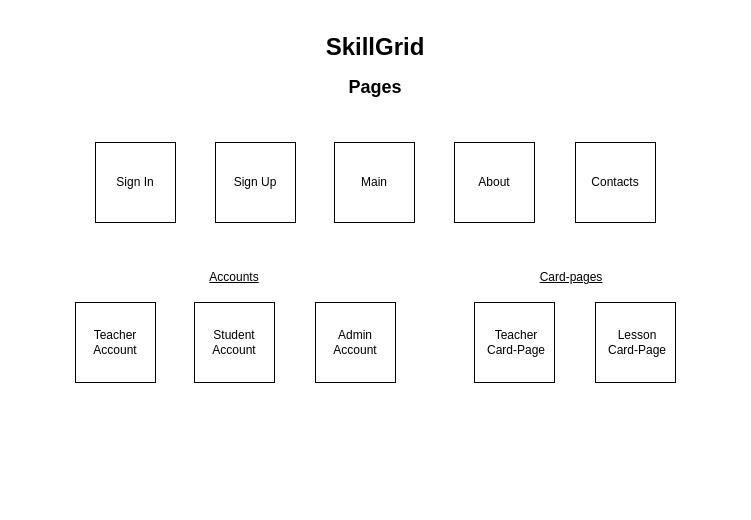
This is Main Elements Diagram.drawio from GregSharov/SkillGrid, a draw.io file, before an edit. Source tidied: cells renumbered, new cells numbered last; positions are measured from the earlier drawing's top-left corner, leaving out a move shared by most shapes. Both pictures are drawn from the tidied source at 100%, with x=0, y=0 at pixel (75, 32).
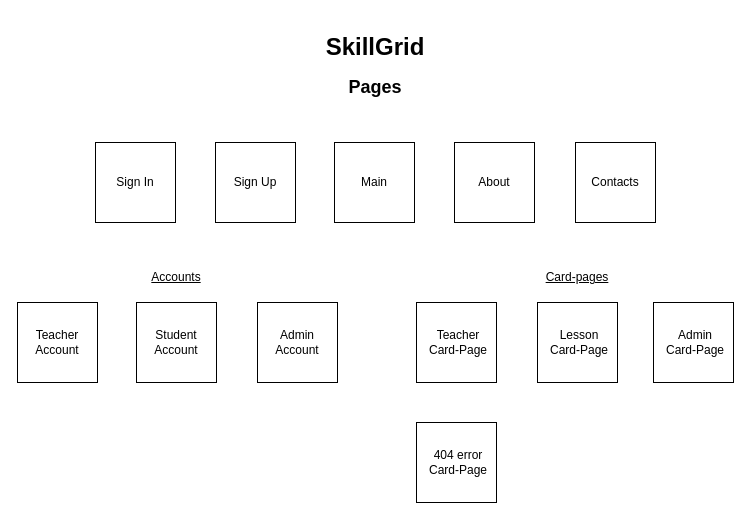
After the change.

Commit message:
update Main Element Diagram

Change to the diagram source:
```diff
@@
     <mxCell id="13" style="whiteSpace=wrap;html=1;" parent="1" vertex="1">
-      <mxGeometry y="270" width="80" height="80" as="geometry" />
+      <mxGeometry x="-58" y="270" width="80" height="80" as="geometry" />
     </mxCell>
     <mxCell id="14" value="Teacher Account" style="text;html=1;align=center;verticalAlign=middle;whiteSpace=wrap;rounded=0;" parent="1" vertex="1">
-      <mxGeometry x="10" y="295" width="60" height="30" as="geometry" />
+      <mxGeometry x="-48" y="295" width="60" height="30" as="geometry" />
     </mxCell>
     <mxCell id="15" style="whiteSpace=wrap;html=1;" parent="1" vertex="1">
-      <mxGeometry x="119" y="270" width="80" height="80" as="geometry" />
+      <mxGeometry x="61" y="270" width="80" height="80" as="geometry" />
     </mxCell>
     <mxCell id="16" value="Student Account" style="text;html=1;align=center;verticalAlign=middle;whiteSpace=wrap;rounded=0;" parent="1" vertex="1">
-      <mxGeometry x="129" y="295" width="60" height="30" as="geometry" />
+      <mxGeometry x="71" y="295" width="60" height="30" as="geometry" />
     </mxCell>
     <mxCell id="17" style="whiteSpace=wrap;html=1;" parent="1" vertex="1">
-      <mxGeometry x="240" y="270" width="80" height="80" as="geometry" />
+      <mxGeometry x="182" y="270" width="80" height="80" as="geometry" />
     </mxCell>
     <mxCell id="18" value="Admin Account" style="text;html=1;align=center;verticalAlign=middle;whiteSpace=wrap;rounded=0;" parent="1" vertex="1">
-      <mxGeometry x="250" y="295" width="60" height="30" as="geometry" />
+      <mxGeometry x="192" y="295" width="60" height="30" as="geometry" />
     </mxCell>
     <mxCell id="19" style="whiteSpace=wrap;html=1;" parent="1" vertex="1">
-      <mxGeometry x="520" y="270" width="80" height="80" as="geometry" />
+      <mxGeometry x="462" y="270" width="80" height="80" as="geometry" />
     </mxCell>
     <mxCell id="20" value="Lesson Card-Page" style="text;html=1;align=center;verticalAlign=middle;whiteSpace=wrap;rounded=0;" parent="1" vertex="1">
-      <mxGeometry x="530" y="295" width="64" height="30" as="geometry" />
+      <mxGeometry x="472" y="295" width="64" height="30" as="geometry" />
     </mxCell>
@@
     <mxCell id="22" style="whiteSpace=wrap;html=1;" parent="1" vertex="1">
-      <mxGeometry x="399" y="270" width="80" height="80" as="geometry" />
+      <mxGeometry x="341" y="270" width="80" height="80" as="geometry" />
     </mxCell>
     <mxCell id="23" value="Teacher Card-Page" style="text;html=1;align=center;verticalAlign=middle;whiteSpace=wrap;rounded=0;" parent="1" vertex="1">
-      <mxGeometry x="409" y="295" width="64" height="30" as="geometry" />
+      <mxGeometry x="351" y="295" width="64" height="30" as="geometry" />
     </mxCell>
     <mxCell id="24" value="&lt;u&gt;Accounts&lt;/u&gt;" style="text;html=1;align=center;verticalAlign=middle;whiteSpace=wrap;rounded=0;" parent="1" vertex="1">
-      <mxGeometry x="129" y="230" width="60" height="30" as="geometry" />
+      <mxGeometry x="71" y="230" width="60" height="30" as="geometry" />
     </mxCell>
     <mxCell id="25" value="&lt;u&gt;Card-pages&lt;/u&gt;" style="text;html=1;align=center;verticalAlign=middle;whiteSpace=wrap;rounded=0;" parent="1" vertex="1">
-      <mxGeometry x="460" y="230" width="72" height="30" as="geometry" />
+      <mxGeometry x="466" y="230" width="72" height="30" as="geometry" />
     </mxCell>
+    <mxCell id="26" style="whiteSpace=wrap;html=1;" parent="1" vertex="1">
+      <mxGeometry x="578" y="270" width="80" height="80" as="geometry" />
+    </mxCell>
+    <mxCell id="27" value="Admin Card-Page" style="text;html=1;align=center;verticalAlign=middle;whiteSpace=wrap;rounded=0;" parent="1" vertex="1">
+      <mxGeometry x="588" y="295" width="64" height="30" as="geometry" />
+    </mxCell>
+    <mxCell id="28" style="whiteSpace=wrap;html=1;" parent="1" vertex="1">
+      <mxGeometry x="341" y="390" width="80" height="80" as="geometry" />
+    </mxCell>
+    <mxCell id="29" value="404 error Card-Page" style="text;html=1;align=center;verticalAlign=middle;whiteSpace=wrap;rounded=0;" parent="1" vertex="1">
+      <mxGeometry x="351" y="415" width="64" height="30" as="geometry" />
+    </mxCell>
```
